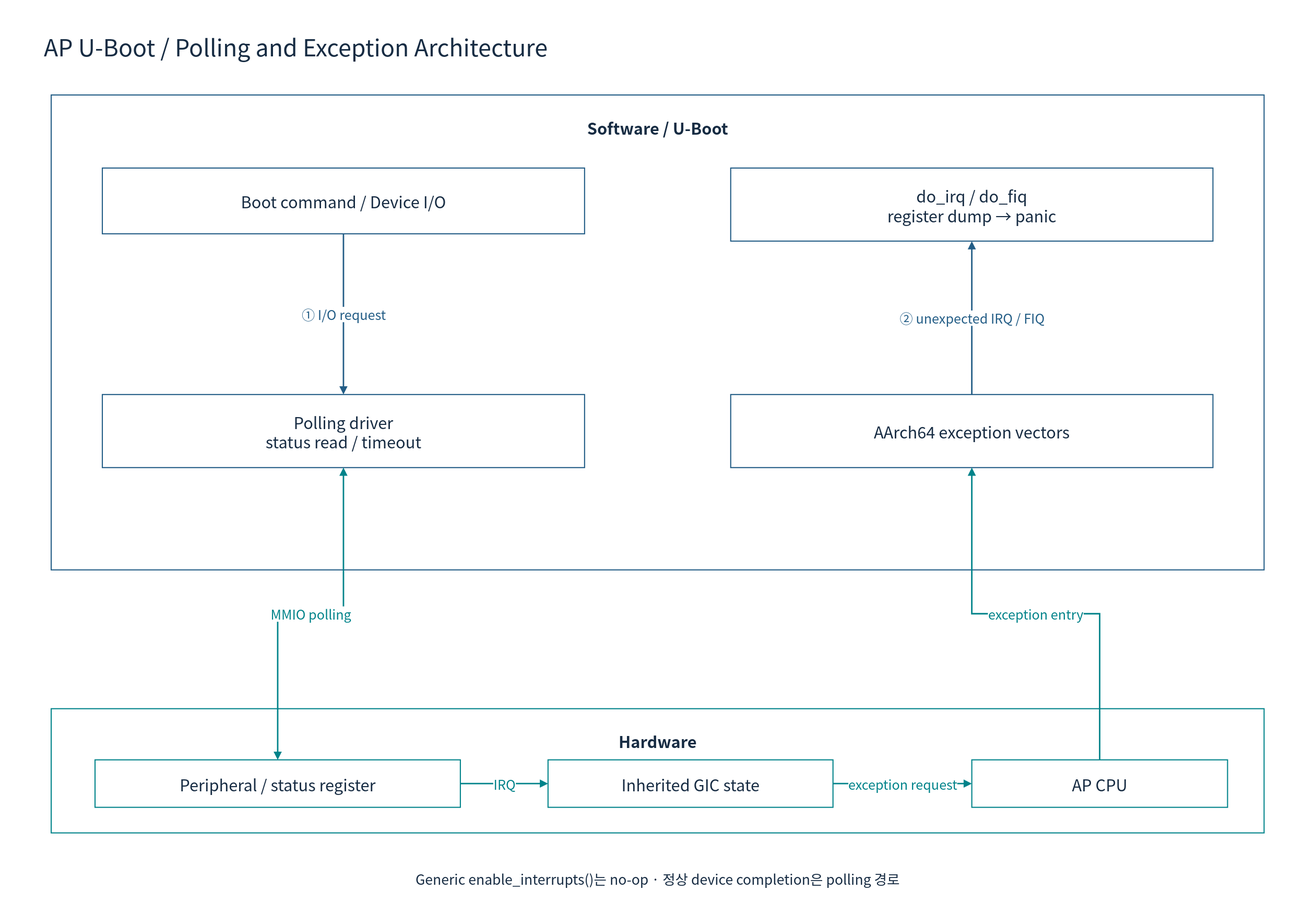
The draw.io diagram doc/phase1/interrupt/diagrams/08c-uboot-software.drawio.svg in cometzero/project-apollo, before a commit. Source tidied: cells renumbered, new cells last; positions are measured from the earlier drawing's top-left corner, leaving out a move shared by most shapes. Source of this version:
```xml
<mxGraphModel background="#FFFFFF">
  <root>
    <mxCell id="0" />
    <mxCell id="1" parent="0" />
    <mxCell id="2" style="rounded=0;whiteSpace=wrap;html=1;fillColor=#FFFFFF;strokeColor=none;strokeWidth=1.5;fontColor=#172C43;fontFamily=Noto Sans CJK KR;fontSize=22;spacing=10;" parent="1" vertex="1">
      <mxGeometry width="1800" height="1250" as="geometry" />
    </mxCell>
    <mxCell id="3" value="AP U-Boot / Polling and Exception Architecture" style="rounded=0;whiteSpace=wrap;html=1;fillColor=#FFFFFF;strokeColor=none;strokeWidth=1.5;fontColor=#172C43;fontFamily=Noto Sans CJK KR;fontSize=22;spacing=10;fontSize=32;align=left;" parent="1" vertex="1">
      <mxGeometry x="50" y="30" width="1700" height="65" as="geometry" />
    </mxCell>
    <mxCell id="4" value="Software / U-Boot" style="rounded=0;whiteSpace=wrap;html=1;fillColor=#FFFFFF;strokeColor=#235D86;strokeWidth=1.5;fontColor=#172C43;fontFamily=Noto Sans CJK KR;fontSize=22;spacing=10;verticalAlign=top;fontStyle=1;spacingTop=16;" parent="1" vertex="1">
      <mxGeometry x="70" y="130" width="1660" height="650" as="geometry" />
    </mxCell>
    <mxCell id="5" value="Boot command / Device I/O" style="rounded=0;whiteSpace=wrap;html=1;fillColor=#FFFFFF;strokeColor=#235D86;strokeWidth=1.5;fontColor=#172C43;fontFamily=Noto Sans CJK KR;fontSize=22;spacing=10;" parent="1" vertex="1">
      <mxGeometry x="140" y="230" width="660" height="90" as="geometry" />
    </mxCell>
    <mxCell id="6" value="Polling driver&#10;status read / timeout" style="rounded=0;whiteSpace=wrap;html=1;fillColor=#FFFFFF;strokeColor=#235D86;strokeWidth=1.5;fontColor=#172C43;fontFamily=Noto Sans CJK KR;fontSize=22;spacing=10;" parent="1" vertex="1">
      <mxGeometry x="140" y="540" width="660" height="100" as="geometry" />
    </mxCell>
    <mxCell id="7" value="do_irq / do_fiq&#10;register dump → panic" style="rounded=0;whiteSpace=wrap;html=1;fillColor=#FFFFFF;strokeColor=#235D86;strokeWidth=1.5;fontColor=#172C43;fontFamily=Noto Sans CJK KR;fontSize=22;spacing=10;" parent="1" vertex="1">
      <mxGeometry x="1000" y="230" width="660" height="100" as="geometry" />
    </mxCell>
    <mxCell id="8" value="AArch64 exception vectors" style="rounded=0;whiteSpace=wrap;html=1;fillColor=#FFFFFF;strokeColor=#235D86;strokeWidth=1.5;fontColor=#172C43;fontFamily=Noto Sans CJK KR;fontSize=22;spacing=10;" parent="1" vertex="1">
      <mxGeometry x="1000" y="540" width="660" height="100" as="geometry" />
    </mxCell>
    <mxCell id="9" value="① I/O request" style="edgeStyle=orthogonalEdgeStyle;rounded=0;html=1;endArrow=block;endFill=1;strokeWidth=2;strokeColor=#235D86;fontColor=#235D86;fontFamily=Noto Sans CJK KR;fontSize=18;labelBackgroundColor=#FFFFFF;" parent="1" edge="1" source="5" target="6">
      <mxGeometry relative="1" as="geometry" />
    </mxCell>
    <mxCell id="10" value="② unexpected IRQ / FIQ" style="edgeStyle=orthogonalEdgeStyle;rounded=0;html=1;endArrow=block;endFill=1;strokeWidth=2;strokeColor=#235D86;fontColor=#235D86;fontFamily=Noto Sans CJK KR;fontSize=18;labelBackgroundColor=#FFFFFF;" parent="1" edge="1" source="8" target="7">
      <mxGeometry relative="1" as="geometry" />
    </mxCell>
    <mxCell id="11" value="Hardware" style="rounded=0;whiteSpace=wrap;html=1;fillColor=#FFFFFF;strokeColor=#00838A;strokeWidth=1.5;fontColor=#172C43;fontFamily=Noto Sans CJK KR;fontSize=22;spacing=10;verticalAlign=top;fontStyle=1;spacingTop=16;" parent="1" vertex="1">
      <mxGeometry x="70" y="970" width="1660" height="170" as="geometry" />
    </mxCell>
    <mxCell id="12" value="Peripheral / status register" style="rounded=0;whiteSpace=wrap;html=1;fillColor=#FFFFFF;strokeColor=#00838A;strokeWidth=1.5;fontColor=#172C43;fontFamily=Noto Sans CJK KR;fontSize=22;spacing=10;" parent="1" vertex="1">
      <mxGeometry x="130" y="1040" width="500" height="65" as="geometry" />
    </mxCell>
    <mxCell id="13" value="Inherited GIC state" style="rounded=0;whiteSpace=wrap;html=1;fillColor=#FFFFFF;strokeColor=#00838A;strokeWidth=1.5;fontColor=#172C43;fontFamily=Noto Sans CJK KR;fontSize=22;spacing=10;" parent="1" vertex="1">
      <mxGeometry x="750" y="1040" width="390" height="65" as="geometry" />
    </mxCell>
    <mxCell id="14" value="AP CPU" style="rounded=0;whiteSpace=wrap;html=1;fillColor=#FFFFFF;strokeColor=#00838A;strokeWidth=1.5;fontColor=#172C43;fontFamily=Noto Sans CJK KR;fontSize=22;spacing=10;" parent="1" vertex="1">
      <mxGeometry x="1330" y="1040" width="350" height="65" as="geometry" />
    </mxCell>
    <mxCell id="15" value="MMIO polling" style="edgeStyle=orthogonalEdgeStyle;rounded=0;html=1;endArrow=block;endFill=1;strokeWidth=2;strokeColor=#00838A;fontColor=#00838A;fontFamily=Noto Sans CJK KR;fontSize=18;labelBackgroundColor=#FFFFFF;startArrow=block;startFill=1;" parent="1" edge="1" source="6" target="12">
      <mxGeometry relative="1" as="geometry" />
    </mxCell>
    <mxCell id="16" value="IRQ" style="edgeStyle=orthogonalEdgeStyle;rounded=0;html=1;endArrow=block;endFill=1;strokeWidth=2;strokeColor=#00838A;fontColor=#00838A;fontFamily=Noto Sans CJK KR;fontSize=18;labelBackgroundColor=#FFFFFF;" parent="1" edge="1" source="12" target="13">
      <mxGeometry relative="1" as="geometry" />
    </mxCell>
    <mxCell id="17" value="exception request" style="edgeStyle=orthogonalEdgeStyle;rounded=0;html=1;endArrow=block;endFill=1;strokeWidth=2;strokeColor=#00838A;fontColor=#00838A;fontFamily=Noto Sans CJK KR;fontSize=18;labelBackgroundColor=#FFFFFF;" parent="1" edge="1" source="13" target="14">
      <mxGeometry relative="1" as="geometry" />
    </mxCell>
    <mxCell id="18" value="exception entry" style="edgeStyle=orthogonalEdgeStyle;rounded=0;html=1;endArrow=block;endFill=1;strokeWidth=2;strokeColor=#00838A;fontColor=#00838A;fontFamily=Noto Sans CJK KR;fontSize=18;labelBackgroundColor=#FFFFFF;" parent="1" edge="1" source="14" target="8">
      <mxGeometry relative="1" as="geometry" />
    </mxCell>
    <mxCell id="19" value="Generic enable_interrupts()는 no-op · 정상 device completion은 polling 경로" style="rounded=0;whiteSpace=wrap;html=1;fillColor=#FFFFFF;strokeColor=none;strokeWidth=1.5;fontColor=#172C43;fontFamily=Noto Sans CJK KR;fontSize=22;spacing=10;fontSize=19;" parent="1" vertex="1">
      <mxGeometry x="70" y="1180" width="1660" height="45" as="geometry" />
    </mxCell>
  </root>
</mxGraphModel>
```
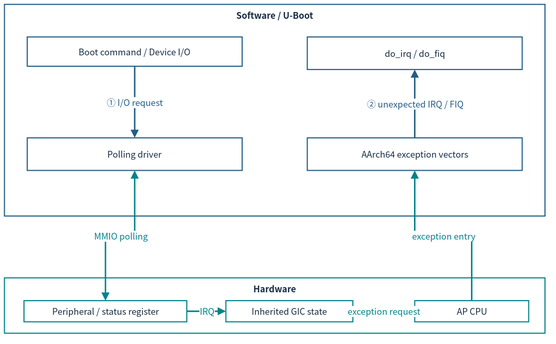
The same diagram one commit later.

Diff of the diagram source:
```diff
@@ -2,59 +2,50 @@
   <root>
     <mxCell id="0" />
     <mxCell id="1" parent="0" />
-    <mxCell id="2" style="rounded=0;whiteSpace=wrap;html=1;fillColor=#FFFFFF;strokeColor=none;strokeWidth=1.5;fontColor=#172C43;fontFamily=Noto Sans CJK KR;fontSize=22;spacing=10;" parent="1" vertex="1">
-      <mxGeometry width="1800" height="1250" as="geometry" />
-    </mxCell>
-    <mxCell id="3" value="AP U-Boot / Polling and Exception Architecture" style="rounded=0;whiteSpace=wrap;html=1;fillColor=#FFFFFF;strokeColor=none;strokeWidth=1.5;fontColor=#172C43;fontFamily=Noto Sans CJK KR;fontSize=22;spacing=10;fontSize=32;align=left;" parent="1" vertex="1">
-      <mxGeometry x="50" y="30" width="1700" height="65" as="geometry" />
-    </mxCell>
-    <mxCell id="4" value="Software / U-Boot" style="rounded=0;whiteSpace=wrap;html=1;fillColor=#FFFFFF;strokeColor=#235D86;strokeWidth=1.5;fontColor=#172C43;fontFamily=Noto Sans CJK KR;fontSize=22;spacing=10;verticalAlign=top;fontStyle=1;spacingTop=16;" parent="1" vertex="1">
-      <mxGeometry x="70" y="130" width="1660" height="650" as="geometry" />
+    <mxCell id="4" value="Software / U-Boot" style="rounded=0;whiteSpace=wrap;html=1;fillColor=#FFFFFF;strokeColor=#235D86;strokeWidth=1.5;fontColor=#172C43;fontFamily=Noto Sans CJK KR;verticalAlign=top;fontStyle=1;fontSize=12;spacing=3;whiteSpace=wrap;" parent="1" vertex="1">
+      <mxGeometry x="12" y="12" width="740" height="289.8" as="geometry" />
     </mxCell>
-    <mxCell id="5" value="Boot command / Device I/O" style="rounded=0;whiteSpace=wrap;html=1;fillColor=#FFFFFF;strokeColor=#235D86;strokeWidth=1.5;fontColor=#172C43;fontFamily=Noto Sans CJK KR;fontSize=22;spacing=10;" parent="1" vertex="1">
-      <mxGeometry x="140" y="230" width="660" height="90" as="geometry" />
+    <mxCell id="5" value="Boot command / Device I/O" style="rounded=0;whiteSpace=wrap;html=1;fillColor=#FFFFFF;strokeColor=#235D86;strokeWidth=1.5;fontColor=#172C43;fontFamily=Noto Sans CJK KR;fontSize=12;spacing=3;whiteSpace=wrap;" parent="1" vertex="1">
+      <mxGeometry x="43.2" y="56.6" width="294.2" height="40.1" as="geometry" />
     </mxCell>
-    <mxCell id="6" value="Polling driver&#10;status read / timeout" style="rounded=0;whiteSpace=wrap;html=1;fillColor=#FFFFFF;strokeColor=#235D86;strokeWidth=1.5;fontColor=#172C43;fontFamily=Noto Sans CJK KR;fontSize=22;spacing=10;" parent="1" vertex="1">
-      <mxGeometry x="140" y="540" width="660" height="100" as="geometry" />
+    <mxCell id="6" value="Polling driver" style="rounded=0;whiteSpace=wrap;html=1;fillColor=#FFFFFF;strokeColor=#235D86;strokeWidth=1.5;fontColor=#172C43;fontFamily=Noto Sans CJK KR;fontSize=12;spacing=3;whiteSpace=wrap;" parent="1" vertex="1">
+      <mxGeometry x="43.2" y="194.8" width="294.2" height="44.6" as="geometry" />
     </mxCell>
-    <mxCell id="7" value="do_irq / do_fiq&#10;register dump → panic" style="rounded=0;whiteSpace=wrap;html=1;fillColor=#FFFFFF;strokeColor=#235D86;strokeWidth=1.5;fontColor=#172C43;fontFamily=Noto Sans CJK KR;fontSize=22;spacing=10;" parent="1" vertex="1">
-      <mxGeometry x="1000" y="230" width="660" height="100" as="geometry" />
+    <mxCell id="7" value="do_irq / do_fiq" style="rounded=0;whiteSpace=wrap;html=1;fillColor=#FFFFFF;strokeColor=#235D86;strokeWidth=1.5;fontColor=#172C43;fontFamily=Noto Sans CJK KR;fontSize=12;spacing=3;whiteSpace=wrap;" parent="1" vertex="1">
+      <mxGeometry x="426.6" y="56.6" width="294.2" height="44.6" as="geometry" />
     </mxCell>
-    <mxCell id="8" value="AArch64 exception vectors" style="rounded=0;whiteSpace=wrap;html=1;fillColor=#FFFFFF;strokeColor=#235D86;strokeWidth=1.5;fontColor=#172C43;fontFamily=Noto Sans CJK KR;fontSize=22;spacing=10;" parent="1" vertex="1">
-      <mxGeometry x="1000" y="540" width="660" height="100" as="geometry" />
+    <mxCell id="8" value="AArch64 exception vectors" style="rounded=0;whiteSpace=wrap;html=1;fillColor=#FFFFFF;strokeColor=#235D86;strokeWidth=1.5;fontColor=#172C43;fontFamily=Noto Sans CJK KR;fontSize=12;spacing=3;whiteSpace=wrap;" parent="1" vertex="1">
+      <mxGeometry x="426.6" y="194.8" width="294.2" height="44.6" as="geometry" />
     </mxCell>
-    <mxCell id="9" value="① I/O request" style="edgeStyle=orthogonalEdgeStyle;rounded=0;html=1;endArrow=block;endFill=1;strokeWidth=2;strokeColor=#235D86;fontColor=#235D86;fontFamily=Noto Sans CJK KR;fontSize=18;labelBackgroundColor=#FFFFFF;" parent="1" edge="1" source="5" target="6">
+    <mxCell id="9" value="① I/O request" style="edgeStyle=orthogonalEdgeStyle;rounded=0;html=1;endArrow=block;endFill=1;strokeWidth=2;strokeColor=#235D86;fontColor=#235D86;fontFamily=Noto Sans CJK KR;labelBackgroundColor=#FFFFFF;fontSize=12;spacing=3;whiteSpace=nowrap;" parent="1" edge="1" source="5" target="6">
       <mxGeometry relative="1" as="geometry" />
     </mxCell>
-    <mxCell id="10" value="② unexpected IRQ / FIQ" style="edgeStyle=orthogonalEdgeStyle;rounded=0;html=1;endArrow=block;endFill=1;strokeWidth=2;strokeColor=#235D86;fontColor=#235D86;fontFamily=Noto Sans CJK KR;fontSize=18;labelBackgroundColor=#FFFFFF;" parent="1" edge="1" source="8" target="7">
+    <mxCell id="10" value="② unexpected IRQ / FIQ" style="edgeStyle=orthogonalEdgeStyle;rounded=0;html=1;endArrow=block;endFill=1;strokeWidth=2;strokeColor=#235D86;fontColor=#235D86;fontFamily=Noto Sans CJK KR;labelBackgroundColor=#FFFFFF;fontSize=12;spacing=3;whiteSpace=nowrap;" parent="1" edge="1" source="8" target="7">
       <mxGeometry relative="1" as="geometry" />
     </mxCell>
-    <mxCell id="11" value="Hardware" style="rounded=0;whiteSpace=wrap;html=1;fillColor=#FFFFFF;strokeColor=#00838A;strokeWidth=1.5;fontColor=#172C43;fontFamily=Noto Sans CJK KR;fontSize=22;spacing=10;verticalAlign=top;fontStyle=1;spacingTop=16;" parent="1" vertex="1">
-      <mxGeometry x="70" y="970" width="1660" height="170" as="geometry" />
+    <mxCell id="11" value="Hardware" style="rounded=0;whiteSpace=wrap;html=1;fillColor=#FFFFFF;strokeColor=#00838A;strokeWidth=1.5;fontColor=#172C43;fontFamily=Noto Sans CJK KR;verticalAlign=top;fontStyle=1;fontSize=12;spacing=3;whiteSpace=wrap;" parent="1" vertex="1">
+      <mxGeometry x="12" y="386.5" width="740" height="75.8" as="geometry" />
     </mxCell>
-    <mxCell id="12" value="Peripheral / status register" style="rounded=0;whiteSpace=wrap;html=1;fillColor=#FFFFFF;strokeColor=#00838A;strokeWidth=1.5;fontColor=#172C43;fontFamily=Noto Sans CJK KR;fontSize=22;spacing=10;" parent="1" vertex="1">
-      <mxGeometry x="130" y="1040" width="500" height="65" as="geometry" />
+    <mxCell id="12" value="Peripheral / status register" style="rounded=0;whiteSpace=wrap;html=1;fillColor=#FFFFFF;strokeColor=#00838A;strokeWidth=1.5;fontColor=#172C43;fontFamily=Noto Sans CJK KR;fontSize=12;spacing=3;whiteSpace=wrap;" parent="1" vertex="1">
+      <mxGeometry x="38.8" y="417.7" width="222.9" height="29" as="geometry" />
     </mxCell>
-    <mxCell id="13" value="Inherited GIC state" style="rounded=0;whiteSpace=wrap;html=1;fillColor=#FFFFFF;strokeColor=#00838A;strokeWidth=1.5;fontColor=#172C43;fontFamily=Noto Sans CJK KR;fontSize=22;spacing=10;" parent="1" vertex="1">
-      <mxGeometry x="750" y="1040" width="390" height="65" as="geometry" />
+    <mxCell id="13" value="Inherited GIC state" style="rounded=0;whiteSpace=wrap;html=1;fillColor=#FFFFFF;strokeColor=#00838A;strokeWidth=1.5;fontColor=#172C43;fontFamily=Noto Sans CJK KR;fontSize=12;spacing=3;whiteSpace=wrap;" parent="1" vertex="1">
+      <mxGeometry x="315.1" y="417.7" width="173.9" height="29" as="geometry" />
     </mxCell>
-    <mxCell id="14" value="AP CPU" style="rounded=0;whiteSpace=wrap;html=1;fillColor=#FFFFFF;strokeColor=#00838A;strokeWidth=1.5;fontColor=#172C43;fontFamily=Noto Sans CJK KR;fontSize=22;spacing=10;" parent="1" vertex="1">
-      <mxGeometry x="1330" y="1040" width="350" height="65" as="geometry" />
+    <mxCell id="14" value="AP CPU" style="rounded=0;whiteSpace=wrap;html=1;fillColor=#FFFFFF;strokeColor=#00838A;strokeWidth=1.5;fontColor=#172C43;fontFamily=Noto Sans CJK KR;fontSize=12;spacing=3;whiteSpace=wrap;" parent="1" vertex="1">
+      <mxGeometry x="573.7" y="417.7" width="156" height="29" as="geometry" />
     </mxCell>
-    <mxCell id="15" value="MMIO polling" style="edgeStyle=orthogonalEdgeStyle;rounded=0;html=1;endArrow=block;endFill=1;strokeWidth=2;strokeColor=#00838A;fontColor=#00838A;fontFamily=Noto Sans CJK KR;fontSize=18;labelBackgroundColor=#FFFFFF;startArrow=block;startFill=1;" parent="1" edge="1" source="6" target="12">
+    <mxCell id="15" value="MMIO polling" style="edgeStyle=orthogonalEdgeStyle;rounded=0;html=1;endArrow=block;endFill=1;strokeWidth=2;strokeColor=#00838A;fontColor=#00838A;fontFamily=Noto Sans CJK KR;labelBackgroundColor=#FFFFFF;startArrow=block;startFill=1;fontSize=12;spacing=3;whiteSpace=nowrap;" parent="1" edge="1" source="6" target="12">
       <mxGeometry relative="1" as="geometry" />
     </mxCell>
-    <mxCell id="16" value="IRQ" style="edgeStyle=orthogonalEdgeStyle;rounded=0;html=1;endArrow=block;endFill=1;strokeWidth=2;strokeColor=#00838A;fontColor=#00838A;fontFamily=Noto Sans CJK KR;fontSize=18;labelBackgroundColor=#FFFFFF;" parent="1" edge="1" source="12" target="13">
+    <mxCell id="16" value="IRQ" style="edgeStyle=orthogonalEdgeStyle;rounded=0;html=1;endArrow=block;endFill=1;strokeWidth=2;strokeColor=#00838A;fontColor=#00838A;fontFamily=Noto Sans CJK KR;labelBackgroundColor=#FFFFFF;fontSize=12;spacing=3;whiteSpace=nowrap;" parent="1" edge="1" source="12" target="13">
       <mxGeometry relative="1" as="geometry" />
     </mxCell>
-    <mxCell id="17" value="exception request" style="edgeStyle=orthogonalEdgeStyle;rounded=0;html=1;endArrow=block;endFill=1;strokeWidth=2;strokeColor=#00838A;fontColor=#00838A;fontFamily=Noto Sans CJK KR;fontSize=18;labelBackgroundColor=#FFFFFF;" parent="1" edge="1" source="13" target="14">
+    <mxCell id="17" value="exception request" style="edgeStyle=orthogonalEdgeStyle;rounded=0;html=1;endArrow=block;endFill=1;strokeWidth=2;strokeColor=#00838A;fontColor=#00838A;fontFamily=Noto Sans CJK KR;labelBackgroundColor=#FFFFFF;fontSize=12;spacing=3;whiteSpace=nowrap;" parent="1" edge="1" source="13" target="14">
       <mxGeometry relative="1" as="geometry" />
     </mxCell>
-    <mxCell id="18" value="exception entry" style="edgeStyle=orthogonalEdgeStyle;rounded=0;html=1;endArrow=block;endFill=1;strokeWidth=2;strokeColor=#00838A;fontColor=#00838A;fontFamily=Noto Sans CJK KR;fontSize=18;labelBackgroundColor=#FFFFFF;" parent="1" edge="1" source="14" target="8">
+    <mxCell id="18" value="exception entry" style="edgeStyle=orthogonalEdgeStyle;rounded=0;html=1;endArrow=block;endFill=1;strokeWidth=2;strokeColor=#00838A;fontColor=#00838A;fontFamily=Noto Sans CJK KR;labelBackgroundColor=#FFFFFF;fontSize=12;spacing=3;whiteSpace=nowrap;" parent="1" edge="1" source="14" target="8">
       <mxGeometry relative="1" as="geometry" />
     </mxCell>
-    <mxCell id="19" value="Generic enable_interrupts()는 no-op · 정상 device completion은 polling 경로" style="rounded=0;whiteSpace=wrap;html=1;fillColor=#FFFFFF;strokeColor=none;strokeWidth=1.5;fontColor=#172C43;fontFamily=Noto Sans CJK KR;fontSize=22;spacing=10;fontSize=19;" parent="1" vertex="1">
-      <mxGeometry x="70" y="1180" width="1660" height="45" as="geometry" />
-    </mxCell>
   </root>
 </mxGraphModel>
```
